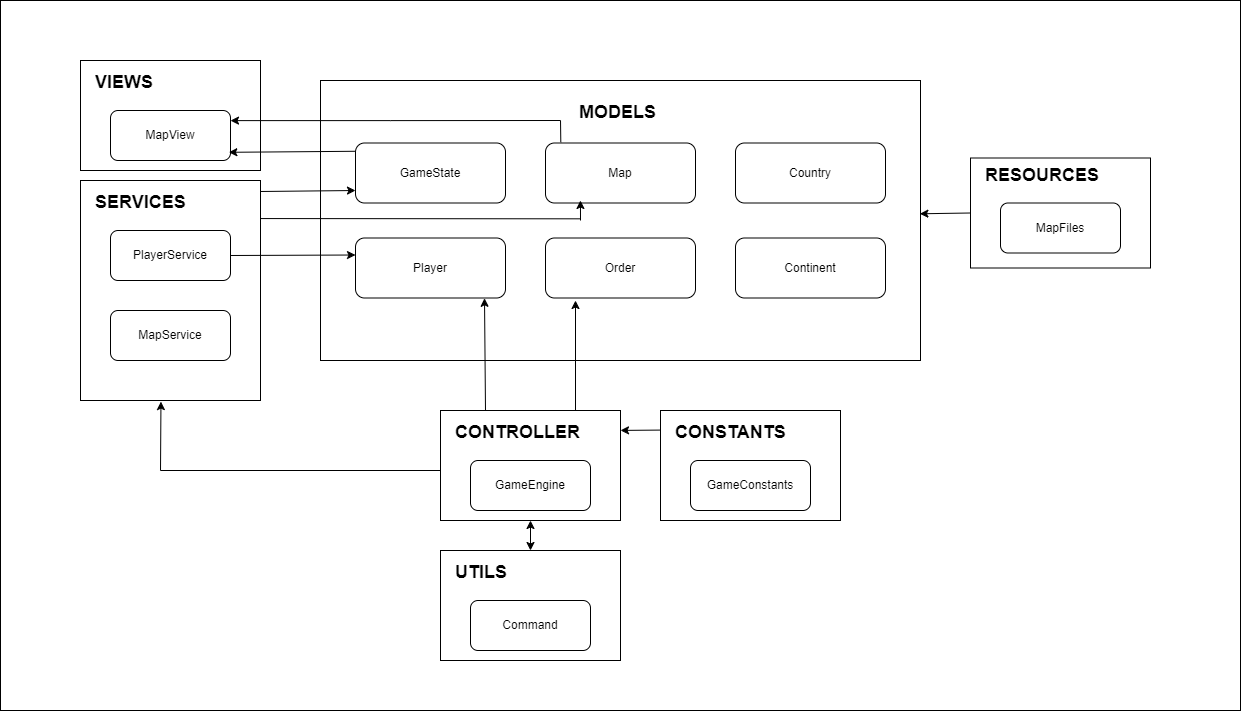
Earlier version of the draw.io export documentation/WarzoneAppDiagram.png (MIHIR3105/SOEN6441_Warzone). Source tidied: cells renumbered, new cells last; positions are measured from the earlier drawing's top-left corner, leaving out a move shared by most shapes.
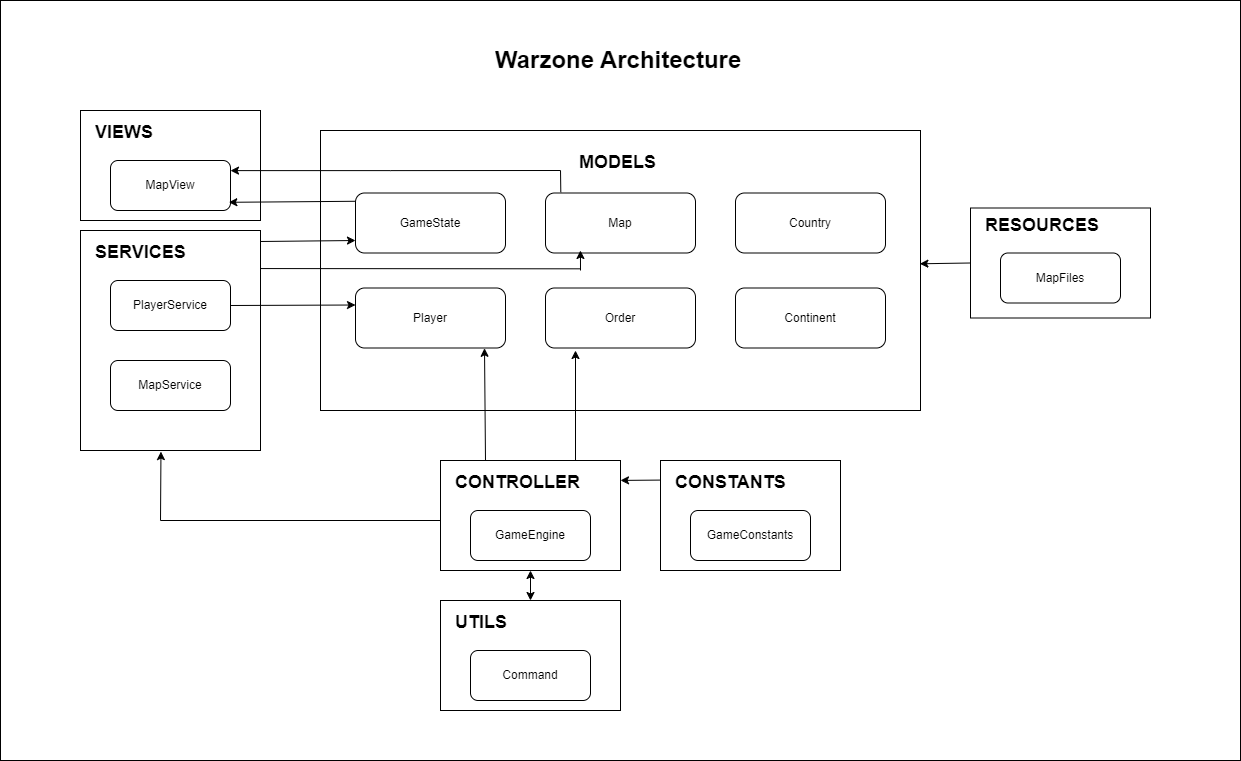
Above is the later version.

Commit message:
Warzon Architecture

The edit, as a diff of the source:
```diff
@@ -3,7 +3,7 @@
     <mxCell id="0" />
     <mxCell id="1" parent="0" />
     <mxCell id="2" style="rounded=0;whiteSpace=wrap;html=1;" parent="1" vertex="1">
-      <mxGeometry width="1240" height="710" as="geometry" />
+      <mxGeometry y="-50" width="1240" height="760" as="geometry" />
     </mxCell>
     <mxCell id="3" style="rounded=0;whiteSpace=wrap;html=1;" parent="1" vertex="1">
       <mxGeometry x="970" y="157.5" width="180" height="110" as="geometry" />
@@ -192,5 +192,8 @@
     <mxCell id="56" style="endArrow=classic;html=1;rounded=0;entryX=0.999;entryY=0.476;entryDx=0;entryDy=0;exitX=0;exitY=0.5;exitDx=0;exitDy=0;entryPerimeter=0;" parent="1" edge="1" source="3" target="4">
       <mxGeometry relative="1" as="geometry" />
     </mxCell>
+    <mxCell id="57" value="&lt;h1&gt;Warzone Architecture&lt;/h1&gt;" style="text;html=1;spacing=5;spacingTop=-20;whiteSpace=wrap;overflow=hidden;rounded=0;" parent="1" vertex="1">
+      <mxGeometry x="490" y="-10" width="260" height="40" as="geometry" />
+    </mxCell>
   </root>
 </mxGraphModel>
```
